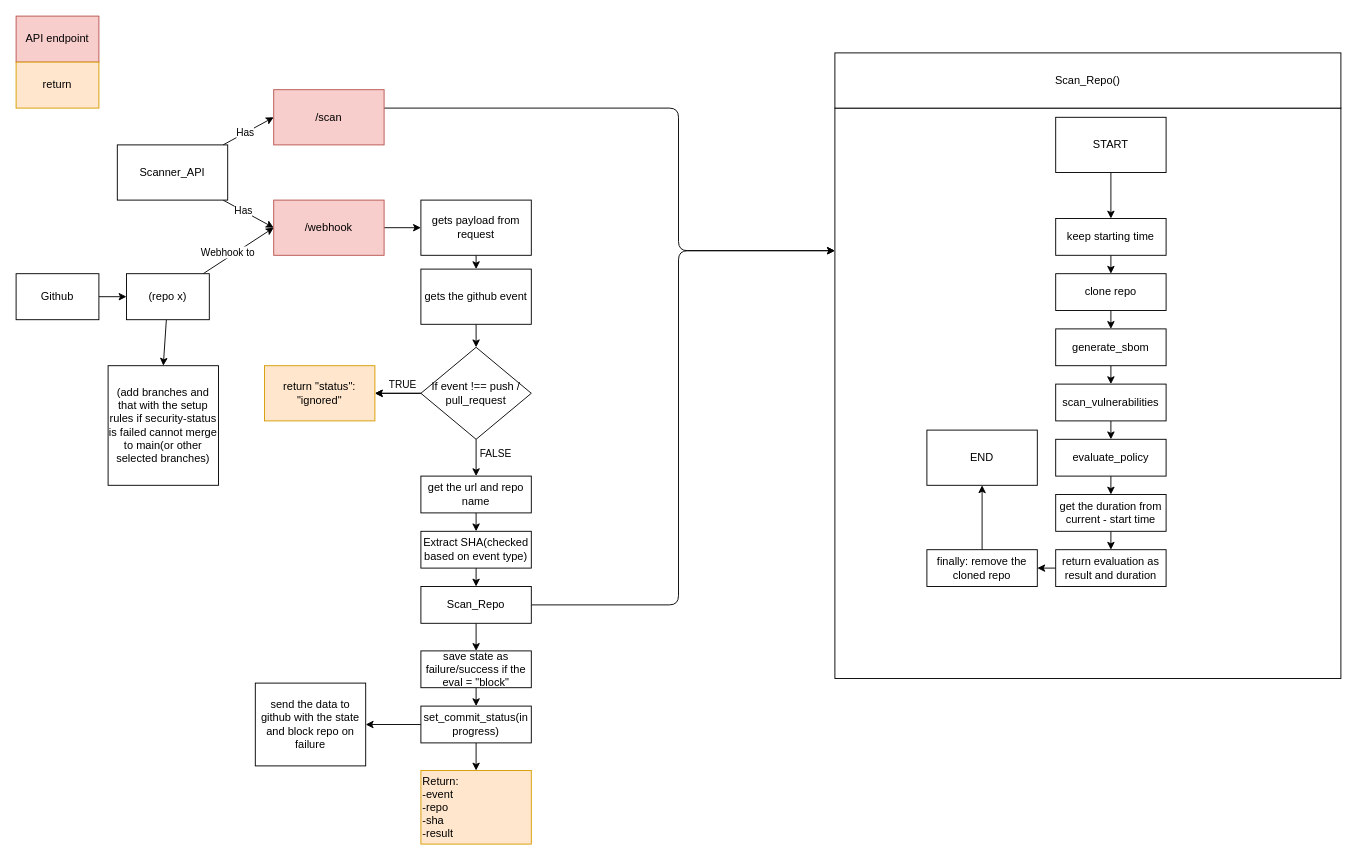
The draw.io diagram page "Current Project" (1 of 4) of Overview.drawio in siem125/CSS-S6-Flavor1, before the edit. Source tidied: cells renumbered, new cells numbered last; positions are measured from the earlier drawing's top-left corner, leaving out a move shared by most shapes. Both pictures are drawn from the tidied source at 92%, with x=0, y=0 at pixel (16, 16).
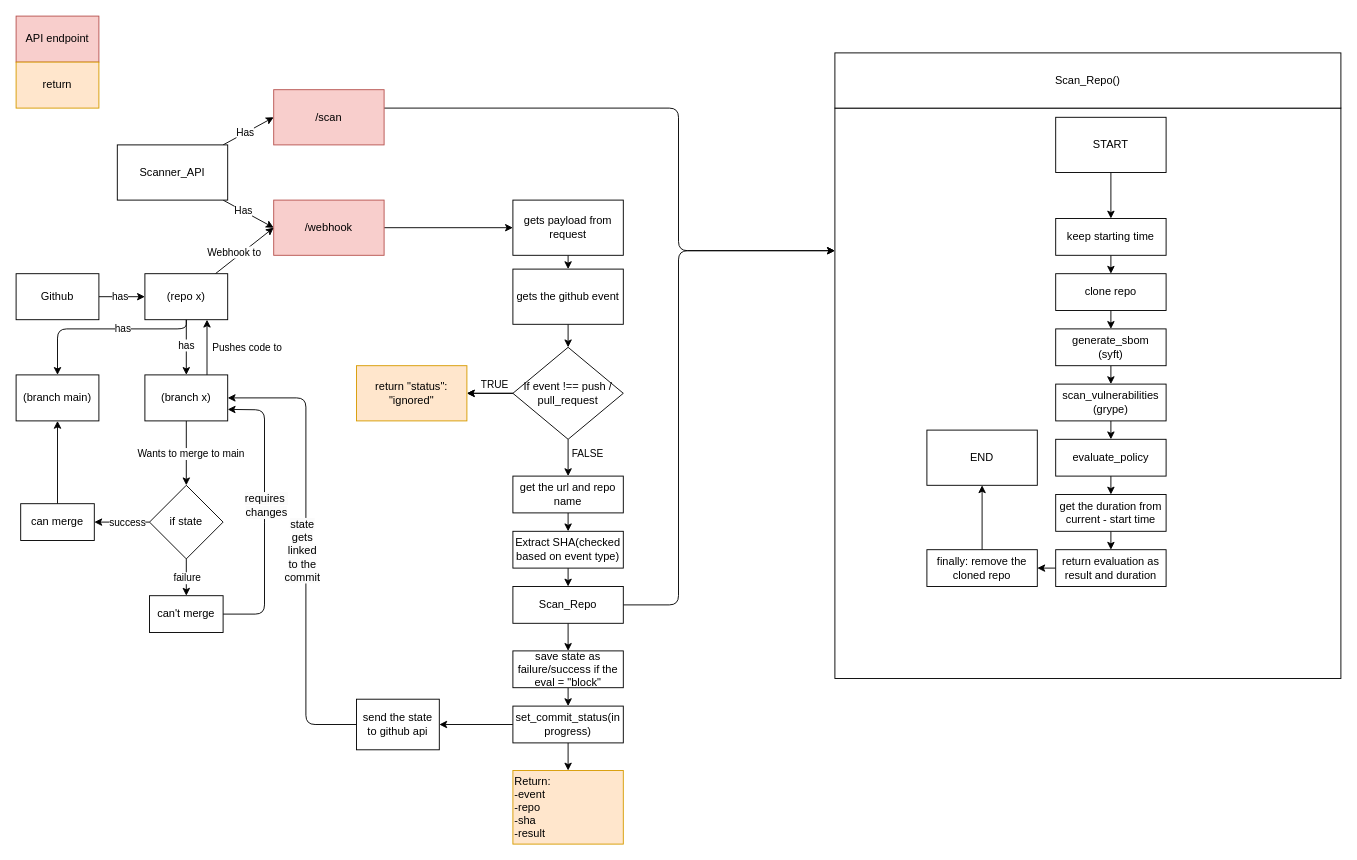
Above is the later version.

The change refers to these unchanged cells:
```xml
<mxCell id="11" value="/webhook" style="rounded=0;whiteSpace=wrap;html=1;fillColor=#f8cecc;strokeColor=#b85450;" parent="1" vertex="1">
  <mxGeometry x="280" y="200" width="120" height="60" as="geometry" />
</mxCell>
<mxCell id="12" style="edgeStyle=none;html=1;entryX=0;entryY=0.5;entryDx=0;entryDy=0;" parent="1" edge="1" source="13" target="17">
  <mxGeometry relative="1" as="geometry" />
</mxCell>
```

What changed in the source:
```diff
@@
-    <mxCell id="10" style="edgeStyle=none;html=1;entryX=0;entryY=0.5;entryDx=0;entryDy=0;" parent="1" edge="1" source="11" target="20">
+    <mxCell id="10" style="edgeStyle=none;html=1;entryX=0;entryY=0.5;entryDx=0;entryDy=0;exitX=1;exitY=0.5;exitDx=0;exitDy=0;" parent="1" edge="1" source="11" target="20">
       <mxGeometry relative="1" as="geometry" />
     </mxCell>
@@
+    <mxCell id="66" value="has" style="edgeLabel;html=1;align=center;verticalAlign=middle;" parent="12" vertex="1">
+      <mxGeometry x="-0.12" y="1" relative="1" as="geometry" />
+    </mxCell>
@@
-    <mxCell id="16" style="edgeStyle=none;html=1;entryX=0.5;entryY=0;entryDx=0;entryDy=0;" parent="1" edge="1" source="17" target="65">
-      <mxGeometry relative="1" as="geometry" />
-    </mxCell>
+    <mxCell id="67" style="edgeStyle=none;html=1;entryX=0.5;entryY=0;entryDx=0;entryDy=0;" parent="1" edge="1" source="17" target="77">
+      <mxGeometry relative="1" as="geometry" />
+    </mxCell>
+    <mxCell id="68" value="has" style="edgeLabel;html=1;align=center;verticalAlign=middle;" parent="67" vertex="1">
+      <mxGeometry x="-0.1" y="-1" relative="1" as="geometry" />
+    </mxCell>
+    <mxCell id="69" style="edgeStyle=none;html=1;entryX=0.5;entryY=0;entryDx=0;entryDy=0;" parent="1" edge="1" source="17" target="78">
+      <mxGeometry relative="1" as="geometry">
+        <Array as="points">
+          <mxPoint x="185" y="340" />
+          <mxPoint x="45" y="340" />
+        </Array>
+      </mxGeometry>
+    </mxCell>
+    <mxCell id="70" value="has" style="edgeLabel;html=1;align=center;verticalAlign=middle;" parent="69" vertex="1">
+      <mxGeometry x="-0.2" y="-1" relative="1" as="geometry" />
+    </mxCell>
     <mxCell id="17" value="(repo x)" style="rounded=0;whiteSpace=wrap;html=1;" parent="1" vertex="1">
-      <mxGeometry x="120" y="280" width="90" height="50" as="geometry" />
+      <mxGeometry x="140" y="280" width="90" height="50" as="geometry" />
     </mxCell>
@@
     <mxCell id="20" value="gets payload from request" style="rounded=0;whiteSpace=wrap;html=1;" parent="1" vertex="1">
-      <mxGeometry x="440" y="200" width="120" height="60" as="geometry" />
+      <mxGeometry x="540" y="200" width="120" height="60" as="geometry" />
     </mxCell>
@@
     <mxCell id="22" value="gets the github event" style="rounded=0;whiteSpace=wrap;html=1;" parent="1" vertex="1">
-      <mxGeometry x="440" y="275" width="120" height="60" as="geometry" />
+      <mxGeometry x="540" y="275" width="120" height="60" as="geometry" />
     </mxCell>
@@
     <mxCell id="28" value="If event !== push / pull_request" style="rhombus;whiteSpace=wrap;html=1;" parent="1" vertex="1">
-      <mxGeometry x="440" y="360" width="120" height="100" as="geometry" />
+      <mxGeometry x="540" y="360" width="120" height="100" as="geometry" />
     </mxCell>
     <mxCell id="29" value="return &quot;status&quot;: &quot;ignored&quot;" style="rounded=0;whiteSpace=wrap;html=1;fillColor=#ffe6cc;strokeColor=#d79b00;" parent="1" vertex="1">
-      <mxGeometry x="270" y="380" width="120" height="60" as="geometry" />
+      <mxGeometry x="370" y="380" width="120" height="60" as="geometry" />
     </mxCell>
@@
     <mxCell id="32" value="get the url and repo name" style="rounded=0;whiteSpace=wrap;html=1;" parent="1" vertex="1">
-      <mxGeometry x="440" y="500" width="120" height="40" as="geometry" />
+      <mxGeometry x="540" y="500" width="120" height="40" as="geometry" />
     </mxCell>
@@
     <mxCell id="34" value="Extract SHA(checked based on event type)" style="rounded=0;whiteSpace=wrap;html=1;" parent="1" vertex="1">
-      <mxGeometry x="440" y="560" width="120" height="40" as="geometry" />
+      <mxGeometry x="540" y="560" width="120" height="40" as="geometry" />
     </mxCell>
@@
     <mxCell id="37" value="Scan_Repo" style="rounded=0;whiteSpace=wrap;html=1;" parent="1" vertex="1">
-      <mxGeometry x="440" y="620" width="120" height="40" as="geometry" />
+      <mxGeometry x="540" y="620" width="120" height="40" as="geometry" />
     </mxCell>
@@
-    <mxCell id="43" value="generate_sbom" style="rounded=0;whiteSpace=wrap;html=1;" parent="1" vertex="1">
+    <mxCell id="43" value="generate_sbom&lt;div&gt;(syft)&lt;/div&gt;" style="rounded=0;whiteSpace=wrap;html=1;" parent="1" vertex="1">
       <mxGeometry x="1130" y="340" width="120" height="40" as="geometry" />
     </mxCell>
@@
-    <mxCell id="45" value="scan_vulnerabilities" style="rounded=0;whiteSpace=wrap;html=1;" parent="1" vertex="1">
+    <mxCell id="45" value="scan_vulnerabilities&lt;div&gt;(grype)&lt;/div&gt;" style="rounded=0;whiteSpace=wrap;html=1;" parent="1" vertex="1">
       <mxGeometry x="1130" y="400" width="120" height="40" as="geometry" />
     </mxCell>
@@
     <mxCell id="55" value="save state as failure/success if the eval = &quot;block&quot;" style="rounded=0;whiteSpace=wrap;html=1;" parent="1" vertex="1">
-      <mxGeometry x="440" y="690" width="120" height="40" as="geometry" />
+      <mxGeometry x="540" y="690" width="120" height="40" as="geometry" />
     </mxCell>
@@
     <mxCell id="58" value="set_commit_status(in progress)" style="rounded=0;whiteSpace=wrap;html=1;" parent="1" vertex="1">
-      <mxGeometry x="440" y="750" width="120" height="40" as="geometry" />
+      <mxGeometry x="540" y="750" width="120" height="40" as="geometry" />
     </mxCell>
+    <mxCell id="71" style="edgeStyle=none;html=1;entryX=1;entryY=0.5;entryDx=0;entryDy=0;" parent="1" edge="1" source="59" target="77">
+      <mxGeometry relative="1" as="geometry">
+        <Array as="points">
+          <mxPoint x="315" y="770" />
+          <mxPoint x="315" y="415" />
+        </Array>
+      </mxGeometry>
+    </mxCell>
+    <mxCell id="72" value="&lt;span style=&quot;color: rgb(0, 0, 0); font-size: 12px; text-wrap-mode: wrap; background-color: rgb(251, 251, 251);&quot;&gt;state gets linked to the commit&lt;/span&gt;" style="edgeLabel;html=1;align=center;verticalAlign=middle;" parent="71" vertex="1">
+      <mxGeometry x="-0.05" relative="1" as="geometry">
+        <mxPoint x="-5" y="-10" as="offset" />
+      </mxGeometry>
+    </mxCell>
-    <mxCell id="59" value="send the data to github with the state and block repo on failure" style="rounded=0;whiteSpace=wrap;html=1;" parent="1" vertex="1">
-      <mxGeometry x="260" y="725" width="120" height="90" as="geometry" />
+    <mxCell id="59" value="send the state to github api" style="rounded=0;whiteSpace=wrap;html=1;" parent="1" vertex="1">
+      <mxGeometry x="370" y="742.5" width="90" height="55" as="geometry" />
     </mxCell>
     <mxCell id="60" value="Return:&lt;div&gt;-event&lt;/div&gt;&lt;div&gt;-repo&lt;/div&gt;&lt;div&gt;-sha&lt;/div&gt;&lt;div&gt;-result&lt;/div&gt;" style="rounded=0;whiteSpace=wrap;html=1;fillColor=#ffe6cc;strokeColor=#d79b00;align=left;" parent="1" vertex="1">
-      <mxGeometry x="440" y="820" width="120" height="80" as="geometry" />
+      <mxGeometry x="540" y="820" width="120" height="80" as="geometry" />
     </mxCell>
@@
-    <mxCell id="65" value="(add branches and that with the setup rules if security-status is failed cannot merge to main(or other selected branches)" style="rounded=0;whiteSpace=wrap;html=1;" parent="1" vertex="1">
-      <mxGeometry x="100" y="380" width="120" height="130" as="geometry" />
-    </mxCell>
+    <mxCell id="73" style="edgeStyle=none;html=1;entryX=0.75;entryY=1;entryDx=0;entryDy=0;exitX=0.75;exitY=0;exitDx=0;exitDy=0;" parent="1" edge="1" source="77" target="17">
+      <mxGeometry relative="1" as="geometry" />
+    </mxCell>
+    <mxCell id="74" value="Pushes code to" style="edgeLabel;html=1;align=center;verticalAlign=middle;" parent="73" vertex="1">
+      <mxGeometry x="-0.03" y="1" relative="1" as="geometry">
+        <mxPoint x="44" y="-1" as="offset" />
+      </mxGeometry>
+    </mxCell>
+    <mxCell id="75" style="edgeStyle=none;html=1;entryX=0.5;entryY=0;entryDx=0;entryDy=0;" parent="1" edge="1" source="77" target="83">
+      <mxGeometry relative="1" as="geometry" />
+    </mxCell>
+    <mxCell id="76" value="Wants to merge to main" style="edgeLabel;html=1;align=center;verticalAlign=middle;" parent="75" vertex="1">
+      <mxGeometry y="4" relative="1" as="geometry" />
+    </mxCell>
+    <mxCell id="77" value="(branch x)" style="rounded=0;whiteSpace=wrap;html=1;" parent="1" vertex="1">
+      <mxGeometry x="140" y="390" width="90" height="50" as="geometry" />
+    </mxCell>
+    <mxCell id="78" value="(branch main)" style="rounded=0;whiteSpace=wrap;html=1;" parent="1" vertex="1">
+      <mxGeometry y="390" width="90" height="50" as="geometry" />
+    </mxCell>
+    <mxCell id="79" style="edgeStyle=none;html=1;entryX=1;entryY=0.5;entryDx=0;entryDy=0;" parent="1" edge="1" source="83" target="85">
+      <mxGeometry relative="1" as="geometry" />
+    </mxCell>
+    <mxCell id="80" value="success" style="edgeLabel;html=1;align=center;verticalAlign=middle;" parent="79" vertex="1">
+      <mxGeometry x="0.07" relative="1" as="geometry">
+        <mxPoint x="7" as="offset" />
+      </mxGeometry>
+    </mxCell>
+    <mxCell id="81" style="edgeStyle=none;html=1;entryX=0.5;entryY=0;entryDx=0;entryDy=0;" parent="1" edge="1" source="83" target="88">
+      <mxGeometry relative="1" as="geometry" />
+    </mxCell>
+    <mxCell id="82" value="failure" style="edgeLabel;html=1;align=center;verticalAlign=middle;" parent="81" vertex="1">
+      <mxGeometry relative="1" as="geometry" />
+    </mxCell>
+    <mxCell id="83" value="if state" style="rhombus;whiteSpace=wrap;html=1;" parent="1" vertex="1">
+      <mxGeometry x="145" y="510" width="80" height="80" as="geometry" />
+    </mxCell>
+    <mxCell id="84" style="edgeStyle=none;html=1;entryX=0.5;entryY=1;entryDx=0;entryDy=0;" parent="1" edge="1" source="85" target="78">
+      <mxGeometry relative="1" as="geometry" />
+    </mxCell>
+    <mxCell id="85" value="can merge" style="rounded=0;whiteSpace=wrap;html=1;" parent="1" vertex="1">
+      <mxGeometry x="5" y="530" width="80" height="40" as="geometry" />
+    </mxCell>
+    <mxCell id="86" style="edgeStyle=none;html=1;entryX=1;entryY=0.75;entryDx=0;entryDy=0;" parent="1" edge="1" source="88" target="77">
+      <mxGeometry relative="1" as="geometry">
+        <Array as="points">
+          <mxPoint x="270" y="650" />
+          <mxPoint x="270" y="540" />
+          <mxPoint x="270" y="428" />
+        </Array>
+      </mxGeometry>
+    </mxCell>
+    <mxCell id="87" value="&lt;span style=&quot;color: rgb(0, 0, 0); font-size: 12px; text-wrap-mode: wrap; background-color: rgb(251, 251, 251);&quot;&gt;requires&amp;nbsp;&lt;/span&gt;&lt;div&gt;&lt;span style=&quot;color: rgb(0, 0, 0); font-size: 12px; text-wrap-mode: wrap; background-color: rgb(251, 251, 251);&quot;&gt;changes&lt;/span&gt;&lt;/div&gt;" style="edgeLabel;html=1;align=center;verticalAlign=middle;" parent="86" vertex="1">
+      <mxGeometry x="0.07" y="-1" relative="1" as="geometry" />
+    </mxCell>
+    <mxCell id="88" value="can't merge" style="rounded=0;whiteSpace=wrap;html=1;" parent="1" vertex="1">
+      <mxGeometry x="145" y="630" width="80" height="40" as="geometry" />
+    </mxCell>
```
